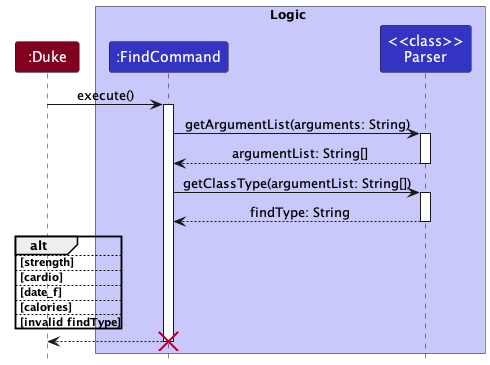
Earlier version of the PlantUML export docs/UmlDiagrams/Find.png (nus-cs2113-AY2223S1/tp).
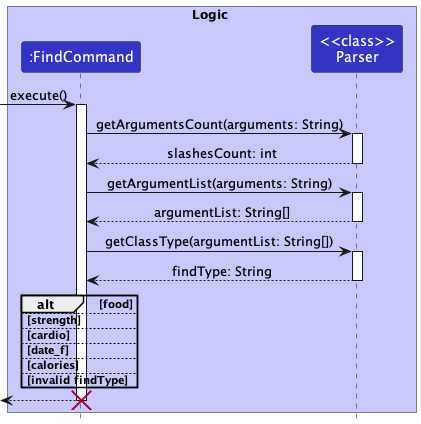
Above is the later version.

Change to the diagram source:
```diff
@@ -2,22 +2,23 @@
 !include style.puml
 
 autoActivate on
-
-participant ":Duke" as Duke DUKE_COLOR
 
 box Logic LOGIC_COLOR_T1
 participant ":FindCommand" as findCommand LOGIC_COLOR
 participant "<<class>>\nParser" as parser LOGIC_COLOR
 end box
 
-Duke -> findCommand: execute()
+[-> findCommand: execute()
+findCommand -> parser: getArgumentsCount(arguments: String)
+return slashesCount: int
+
 findCommand -> parser: getArgumentList(arguments: String)
 return argumentList: String[]
 
 findCommand -> parser: getClassType(argumentList: String[])
 return findType: String
 
-alt
+alt food
 
 else strength
 
```
